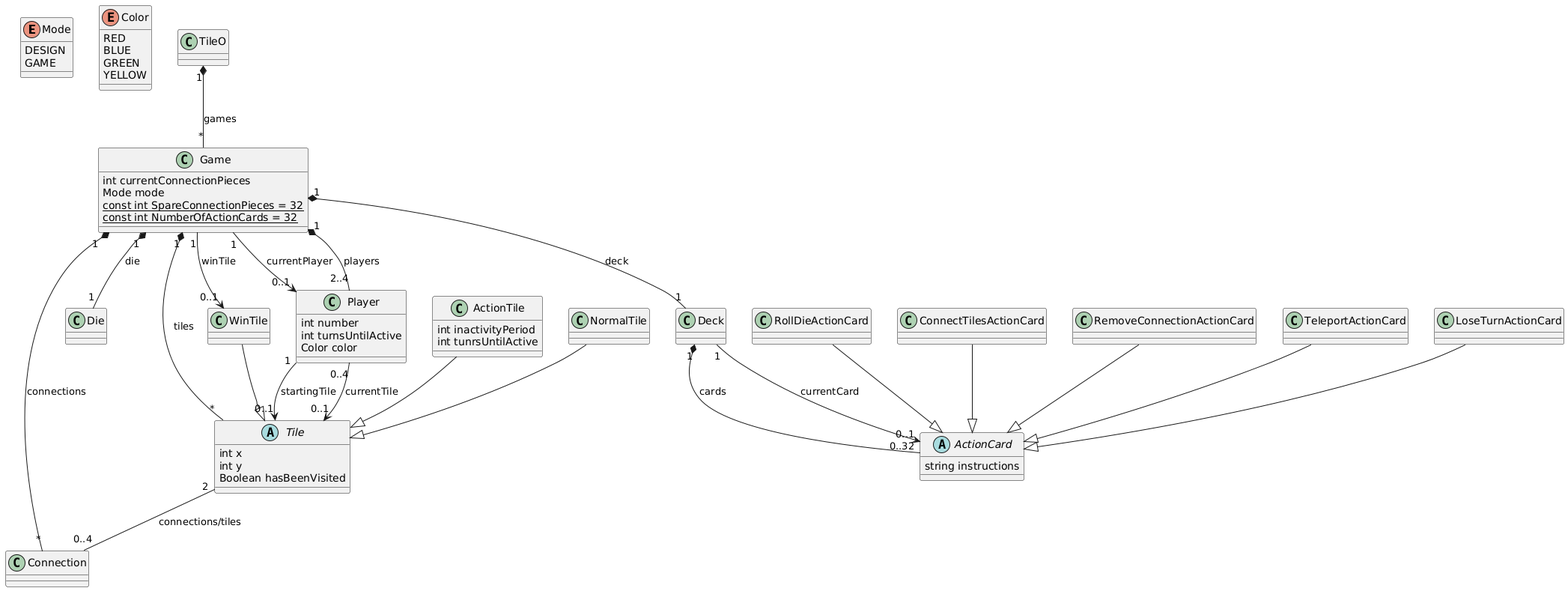
Before: dataset/TileOGame/plantuml.png, a diagram exported from PlantUML (Charlotte-Verbruggen/GoldenUMLmodelset). Its diagram source:
```plantuml
@startuml
enum Mode {
DESIGN
GAME
}
enum Color {
RED
BLUE
GREEN
YELLOW
}


class TileO {}

class Game {
    int currentConnectionPieces
    Mode mode
    {static} const int SpareConnectionPieces = 32
    {static} const int NumberOfActionCards = 32
}

class Connection {}

class Die {}

class Deck {}

abstract class Tile{
    int x
    int y
    Boolean hasBeenVisited
}

abstract class ActionCard {
    string instructions
}

class RollDieActionCard {}
class ConnectTilesActionCard {}
class RemoveConnectionActionCard {}
class TeleportActionCard {}
class LoseTurnActionCard {}

class WinTile {}
class ActionTile {
   int inactivityPeriod
   int tunrsUntilActive
}
class NormalTile {}

class Player {
    int number
    int turnsUntilActive
    Color color
}

WinTile --|> Tile
ActionTile --|> Tile
NormalTile --|> Tile

RollDieActionCard --|> ActionCard
ConnectTilesActionCard --|> ActionCard
RemoveConnectionActionCard --|> ActionCard
TeleportActionCard --|> ActionCard
LoseTurnActionCard --|> ActionCard


TileO "1" *-- "*" Game : games
Game  "1" *-- "*" Tile : tiles
Game  "1" *-- "*" Connection : connections
Game  "1" *-- "1" Die : die
Game  "1" *-- "1" Deck : deck
Game  "1" --> "0..1" Player : currentPlayer
Game  "1" *-- "2..4" Player : players
Deck  "1" *-- "0..32" ActionCard : cards


Game  "1" --> "0..1" WinTile : winTile
Tile  "2" -- "0..4" Connection : connections/tiles
Player "1" --> "0..1" Tile : startingTile
Player "0..4" --> "0..1" Tile : currentTile
Deck  "1" --> "0..1" ActionCard : currentCard
@enduml
```
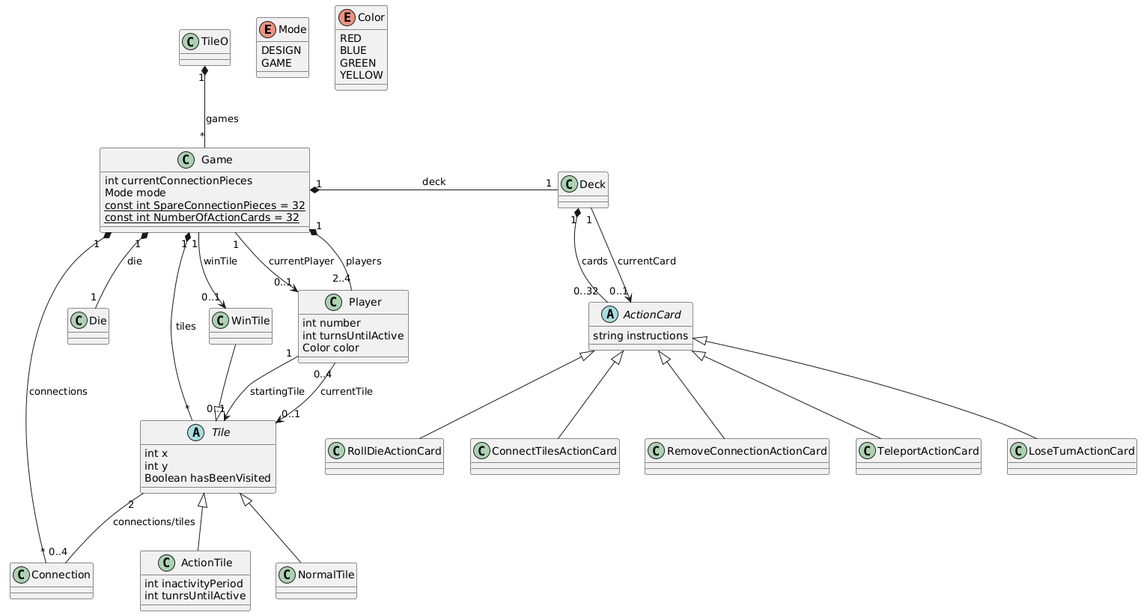
The same diagram one commit later.

Change to the diagram source:
```diff
@@ -1,15 +1,14 @@
 @startuml
 enum Mode {
-DESIGN
-GAME
+    DESIGN
+    GAME
 }
 enum Color {
-RED
-BLUE
-GREEN
-YELLOW
+    RED
+    BLUE
+    GREEN
+    YELLOW
 }
-
 
 class TileO {}
 
@@ -56,25 +55,23 @@
 }
 
 WinTile --|> Tile
-ActionTile --|> Tile
-NormalTile --|> Tile
+Tile <|-- ActionTile
+Tile <|-- NormalTile
 
-RollDieActionCard --|> ActionCard
-ConnectTilesActionCard --|> ActionCard
-RemoveConnectionActionCard --|> ActionCard
-TeleportActionCard --|> ActionCard
-LoseTurnActionCard --|> ActionCard
-
+ActionCard <|-- RollDieActionCard
+ActionCard <|-- ConnectTilesActionCard
+ActionCard <|-- RemoveConnectionActionCard
+ActionCard <|-- TeleportActionCard
+ActionCard <|-- LoseTurnActionCard
 
 TileO "1" *-- "*" Game : games
 Game  "1" *-- "*" Tile : tiles
 Game  "1" *-- "*" Connection : connections
 Game  "1" *-- "1" Die : die
-Game  "1" *-- "1" Deck : deck
+Game  "1" *- "1" Deck : deck
 Game  "1" --> "0..1" Player : currentPlayer
 Game  "1" *-- "2..4" Player : players
 Deck  "1" *-- "0..32" ActionCard : cards
-
 
 Game  "1" --> "0..1" WinTile : winTile
 Tile  "2" -- "0..4" Connection : connections/tiles
```
